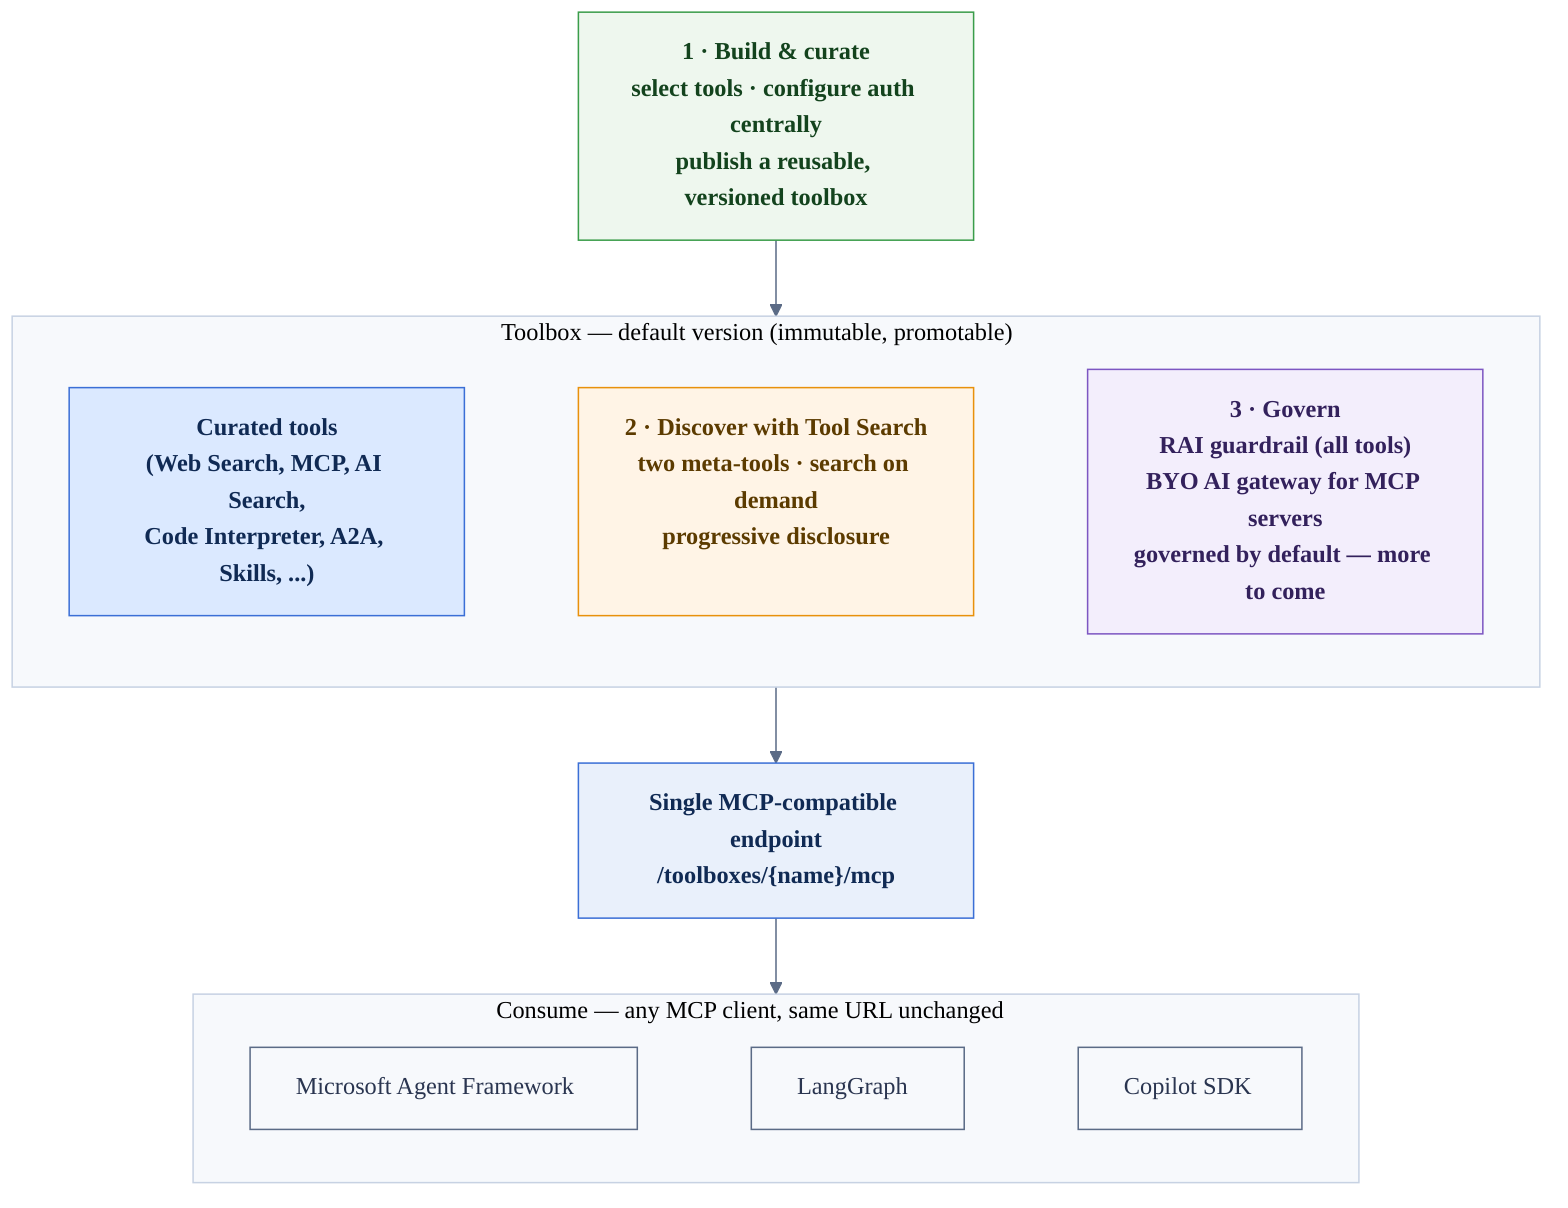
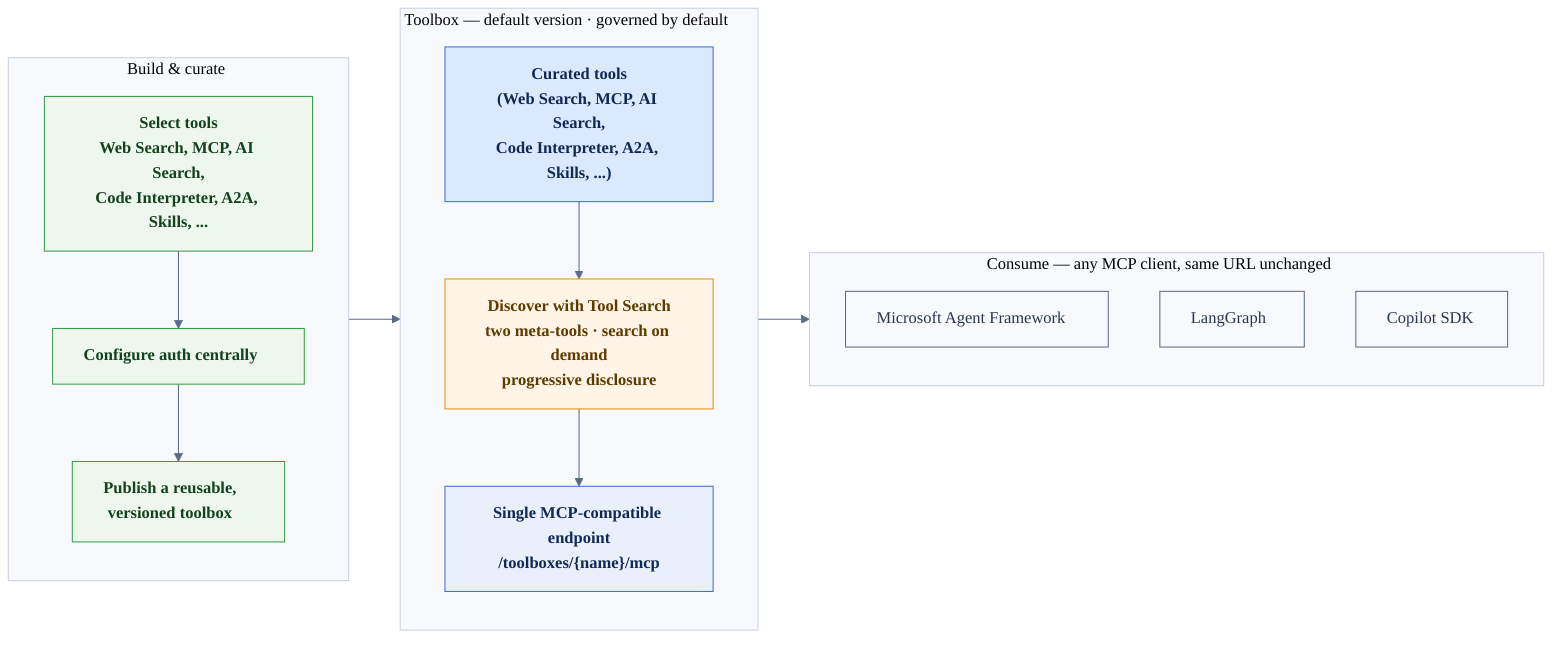
%%{init: {"theme":"base","themeVariables":{"fontFamily":"Segoe UI, Helvetica, Arial, sans-serif","primaryColor":"#eef4ff","primaryBorderColor":"#3b6fd6","primaryTextColor":"#102a54","lineColor":"#5b6b86","clusterBkg":"#f7f9fc","clusterBorder":"#c7d2e3"}}}%%
- flowchart TB
-     P1["1 &middot; Build &amp; curate<br/>select tools &middot; configure auth centrally<br/>publish a reusable, versioned toolbox"]:::build
-     P1 --> TBXBOX
- 
-     subgraph TBXBOX["Toolbox &mdash; default version (immutable, promotable)"]
-         direction LR
-         TOOLS["Curated tools<br/>(Web Search, MCP, AI Search,<br/>Code Interpreter, A2A, Skills, ...)"]:::accent
-         P2["2 &middot; Discover with Tool Search<br/>two meta-tools &middot; search on demand<br/>progressive disclosure"]:::discover
-         P3["3 &middot; Govern<br/>RAI guardrail (all tools)<br/>BYO AI gateway for MCP servers<br/>governed by default &mdash; more to come"]:::govern
-         TOOLS ~~~ P2 ~~~ P3
+ flowchart LR
+     subgraph BUILD["Build &amp; curate"]
+         direction TB
+         B1["Select tools<br/>Web Search, MCP, AI Search,<br/>Code Interpreter, A2A, Skills, ..."]:::build
+         B2["Configure auth centrally"]:::build
+         B3["Publish a reusable,<br/>versioned toolbox"]:::build
+         B1 --> B2 --> B3
    end

-     TBXBOX --> EP["Single MCP-compatible endpoint<br/>/toolboxes/{name}/mcp"]:::endpoint
+     subgraph TBX["Toolbox &mdash; default version &middot; governed by default"]
+         direction TB
+         TOOLS["Curated tools<br/>(Web Search, MCP, AI Search,<br/>Code Interpreter, A2A, Skills, ...)"]:::accent
+         DISCOVER["Discover with Tool Search<br/>two meta-tools &middot; search on demand<br/>progressive disclosure"]:::discover
+         EP["Single MCP-compatible endpoint<br/>/toolboxes/{name}/mcp"]:::endpoint
+         TOOLS --> DISCOVER --> EP
+     end

    subgraph CONSUME["Consume &mdash; any MCP client, same URL unchanged"]
-         direction LR
-         MAF["Microsoft Agent Framework"]:::client
-         LG["LangGraph"]:::client
-         COP["Copilot SDK"]:::client
-         MAF ~~~ LG ~~~ COP
+         direction TB
+         C1["Microsoft Agent Framework"]:::client
+         C2["LangGraph"]:::client
+         C3["Copilot SDK"]:::client
    end
+ 
+     BUILD --> TBX
    EP --> CONSUME

    classDef accent fill:#dbe9ff,stroke:#3b6fd6,color:#102a54,font-weight:bold;
    classDef endpoint fill:#e9f0fb,stroke:#3b6fd6,color:#102a54,font-weight:bold;
    classDef build fill:#eef7ee,stroke:#3a9d4a,color:#13431d,font-weight:bold;
    classDef discover fill:#fff4e6,stroke:#e8910c,color:#5c3b00,font-weight:bold;
-     classDef govern fill:#f3eefc,stroke:#7d57c2,color:#33215c,font-weight:bold;
    classDef client fill:#f7f9fc,stroke:#5b6b86,color:#2a3550;
